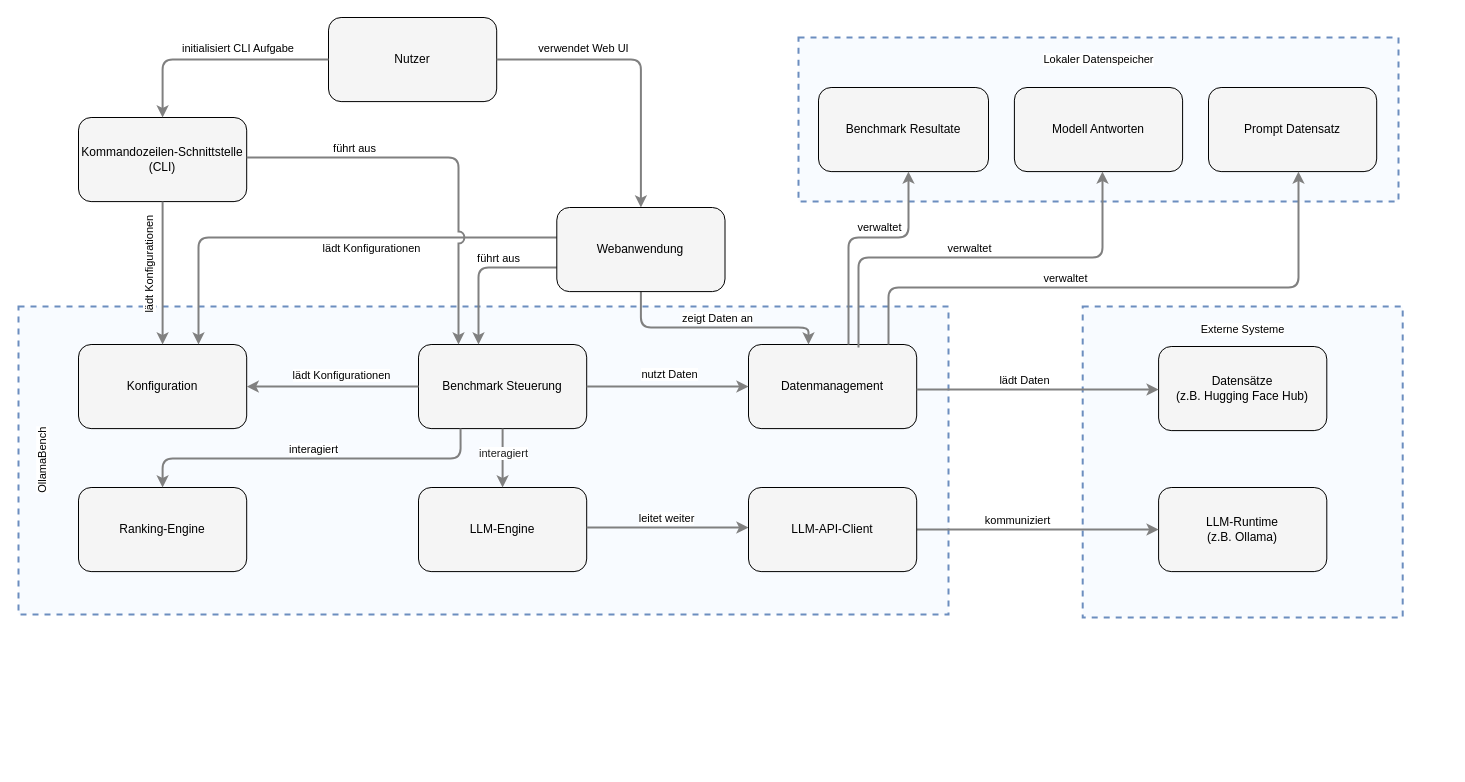
The draw.io diagram codeviz-diagram-2025-06-06T12-32-44.drawio in JulianWer/OllamaBench, before the edit. Source tidied: cells renumbered, new cells numbered last; positions are measured from the earlier drawing's top-left corner, leaving out a move shared by most shapes. Both pictures are drawn from the tidied source at 100%, with x=0, y=0 at pixel (-262, 17).
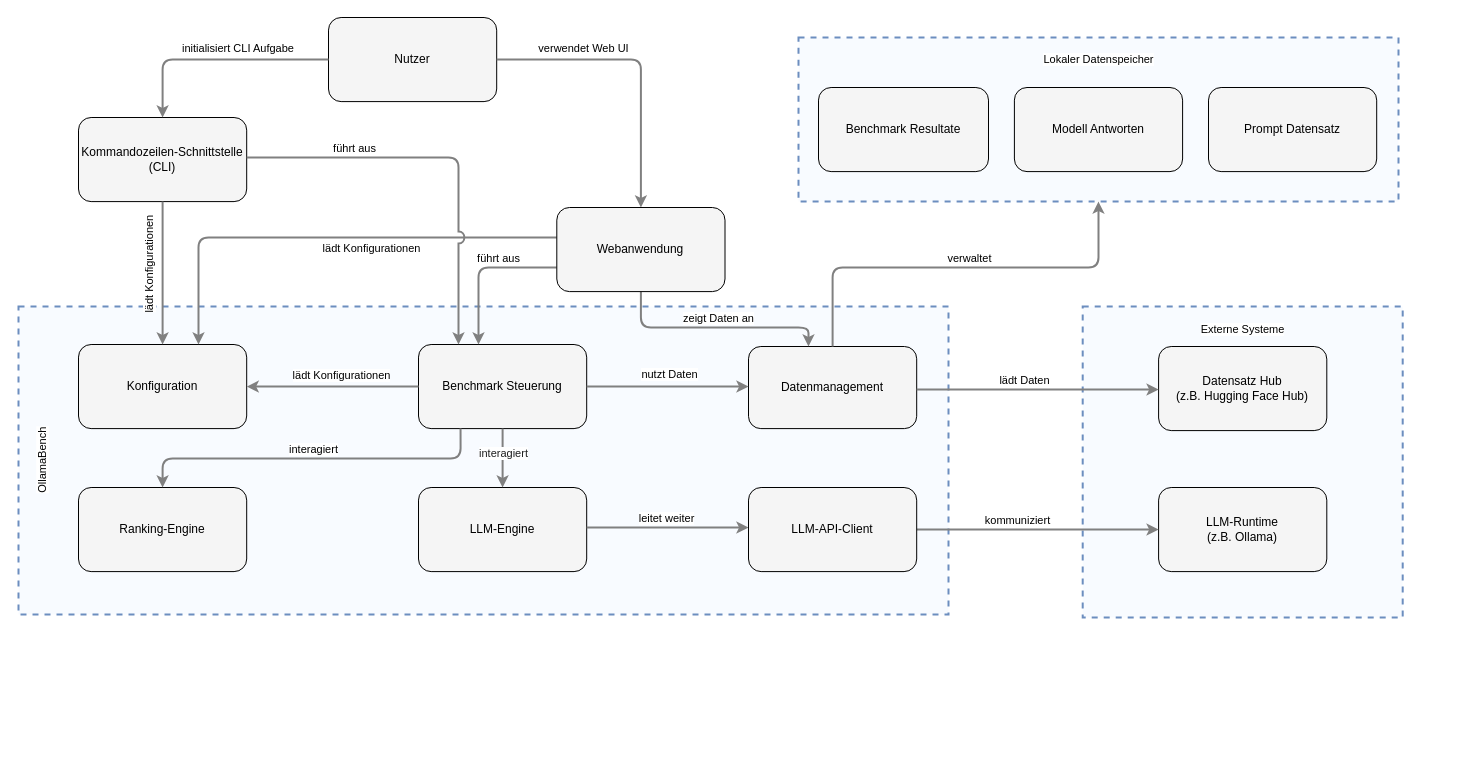
After the change.

Unchanged cells that the change refers to:
```xml
<mxCell id="2" style="html=1;whiteSpace=wrap;fillColor=#dae8fc;strokeColor=#6c8ebf;dashed=1;fillOpacity=20;strokeWidth=2;containerType=none;" parent="1" vertex="1">
  <mxGeometry x="1344.2" y="289" width="320" height="311" as="geometry" />
</mxCell>
<mxCell id="6" style="html=1;whiteSpace=wrap;fillColor=#dae8fc;strokeColor=#6c8ebf;dashed=1;fillOpacity=20;strokeWidth=2;containerType=none;" parent="1" vertex="1">
  <mxGeometry x="1060" y="20" width="600" height="164.1" as="geometry" />
</mxCell>
<mxCell id="7" value="Prompt Datensatz" style="rounded=1;whiteSpace=wrap;html=1;fillColor=#f5f5f5;" parent="6" vertex="1">
  <mxGeometry x="410" y="50" width="168.2" height="84.1" as="geometry" />
</mxCell>
<mxCell id="9" value="Benchmark Resultate" style="rounded=1;whiteSpace=wrap;html=1;fillColor=#f5f5f5;" parent="6" vertex="1">
  <mxGeometry x="20" y="50" width="170" height="84.1" as="geometry" />
</mxCell>
<mxCell id="11" style="html=1;whiteSpace=wrap;fillColor=#dae8fc;strokeColor=#6c8ebf;dashed=1;fillOpacity=20;strokeWidth=2;containerType=none;" parent="1" vertex="1">
  <mxGeometry x="280" y="289" width="930" height="308" as="geometry" />
</mxCell>
```

The edit, as a diff of the source:
```diff
@@
-    <mxCell id="4" value="Datensätze&lt;br&gt;(z.B. Hugging Face Hub)" style="rounded=1;whiteSpace=wrap;html=1;fillColor=#f5f5f5;" parent="2" vertex="1">
+    <mxCell id="4" value="Datensatz Hub&lt;br&gt;(z.B. Hugging Face Hub)" style="rounded=1;whiteSpace=wrap;html=1;fillColor=#f5f5f5;" parent="2" vertex="1">
       <mxGeometry x="75.9" y="40" width="168.2" height="84.1" as="geometry" />
     </mxCell>
@@
     <mxCell id="15" value="Datenmanagement" style="rounded=1;whiteSpace=wrap;html=1;fillColor=#f5f5f5;" parent="11" vertex="1">
-      <mxGeometry x="730" y="38" width="168.2" height="84.1" as="geometry" />
+      <mxGeometry x="730" y="40" width="168.2" height="82.1" as="geometry" />
     </mxCell>
@@
-    <mxCell id="41" style="edgeStyle=orthogonalEdgeStyle;rounded=1;jettySize=auto;html=1;strokeColor=#808080;strokeWidth=2;jumpStyle=arc;jumpSize=10;spacing=15;labelBackgroundColor=white;labelBorderColor=none;" parent="1" edge="1" source="15" target="7">
-      <mxGeometry relative="1" as="geometry">
-        <Array as="points">
-          <mxPoint x="1150" y="270" />
-          <mxPoint x="1560" y="270" />
-        </Array>
-      </mxGeometry>
-    </mxCell>
-    <mxCell id="42" value="verwaltet" style="edgeLabel;html=1;align=center;verticalAlign=middle;" parent="41" vertex="1">
-      <mxGeometry x="-0.2" y="10" relative="1" as="geometry" />
-    </mxCell>
-    <mxCell id="43" style="edgeStyle=orthogonalEdgeStyle;rounded=1;orthogonalLoop=1;jettySize=auto;html=1;strokeColor=#808080;strokeWidth=2;jumpStyle=arc;jumpSize=10;spacing=15;labelBackgroundColor=white;labelBorderColor=none;" parent="1" edge="1">
-      <mxGeometry relative="1" as="geometry">
-        <mxPoint x="1120" y="330" as="sourcePoint" />
-        <mxPoint x="1364" y="154.1" as="targetPoint" />
-        <Array as="points">
-          <mxPoint x="1120" y="240" />
-          <mxPoint x="1364" y="240" />
-        </Array>
-      </mxGeometry>
-    </mxCell>
-    <mxCell id="44" value="verwaltet" style="edgeLabel;html=1;align=center;verticalAlign=middle;" parent="43" vertex="1">
-      <mxGeometry x="-0.2" y="10" relative="1" as="geometry">
-        <mxPoint x="32" as="offset" />
-      </mxGeometry>
-    </mxCell>
-    <mxCell id="45" style="edgeStyle=orthogonalEdgeStyle;rounded=1;jettySize=auto;html=1;strokeColor=#808080;strokeWidth=2;jumpStyle=arc;jumpSize=10;spacing=15;labelBackgroundColor=white;labelBorderColor=none;" parent="1" edge="1" source="15" target="9">
+    <mxCell id="45" style="edgeStyle=orthogonalEdgeStyle;rounded=1;jettySize=auto;html=1;strokeColor=#808080;strokeWidth=2;jumpStyle=arc;jumpSize=10;spacing=15;labelBackgroundColor=white;labelBorderColor=none;entryX=0.5;entryY=1;entryDx=0;entryDy=0;exitX=0.5;exitY=0;exitDx=0;exitDy=0;" parent="1" edge="1" source="15" target="6">
       <mxGeometry relative="1" as="geometry">
         <Array as="points">
-          <mxPoint x="1110" y="220" />
-          <mxPoint x="1170" y="220" />
+          <mxPoint x="1094" y="250" />
+          <mxPoint x="1360" y="250" />
         </Array>
       </mxGeometry>
     </mxCell>
     <mxCell id="46" value="verwaltet" style="edgeLabel;html=1;align=center;verticalAlign=middle;" parent="45" vertex="1">
       <mxGeometry x="-0.2" y="10" relative="1" as="geometry">
-        <mxPoint x="40" y="-25" as="offset" />
+        <mxPoint x="51" as="offset" />
       </mxGeometry>
     </mxCell>
```
